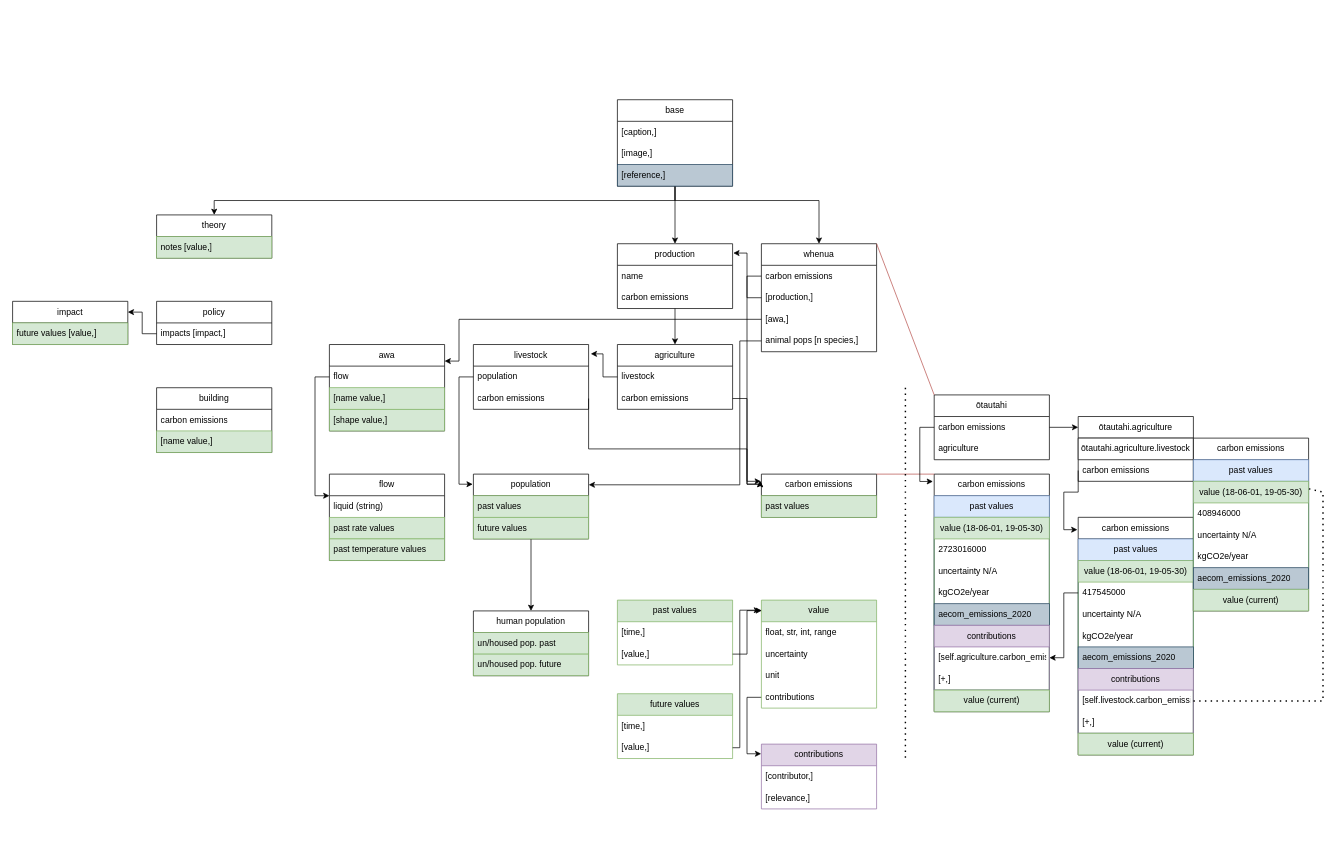
Before: earthhub_diagram (1).drawio in KasparSoltero/earthhub, a draw.io diagram. Source tidied: cells renumbered, new cells numbered last; positions are measured from the earlier drawing's top-left corner, leaving out a move shared by most shapes. Both pictures are drawn from the tidied source at 72%, with x=0, y=0 at pixel (12, 99).
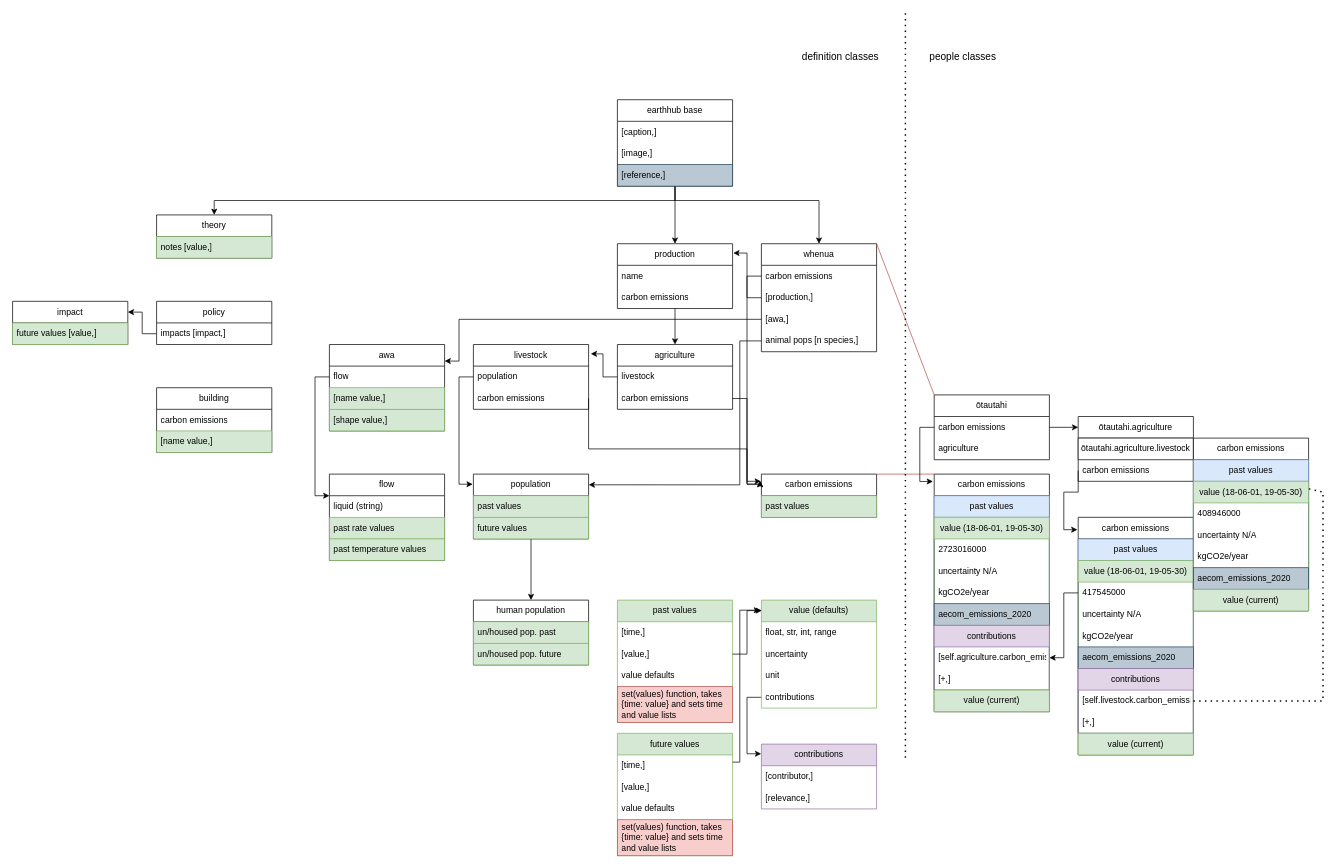
After the change.

Unchanged cells that the change refers to:
```xml
<mxCell id="112" value="[value,]" style="text;strokeColor=none;fillColor=none;align=left;verticalAlign=middle;spacingLeft=4;spacingRight=4;overflow=hidden;points=[[0,0.5],[1,0.5]];portConstraint=eastwest;whiteSpace=wrap;html=1;rounded=0;" parent="110" vertex="1">
  <mxGeometry y="60" width="160" height="30" as="geometry" />
</mxCell>
```

What changed in the source:
```diff
@@
-    <mxCell id="26" value="value" style="swimlane;fontStyle=0;horizontal=1;startSize=30;whiteSpace=wrap;html=1;fillColor=#d5e8d4;strokeColor=#82b366;rounded=0;" parent="1" vertex="1">
+    <mxCell id="26" value="value (defaults)" style="swimlane;fontStyle=0;horizontal=1;startSize=30;whiteSpace=wrap;html=1;fillColor=#d5e8d4;strokeColor=#82b366;rounded=0;" parent="1" vertex="1">
       <mxGeometry x="1040" y="695" width="160" height="150" as="geometry" />
     </mxCell>
@@
     <mxCell id="31" value="past values" style="swimlane;fontStyle=0;horizontal=1;startSize=30;whiteSpace=wrap;html=1;fillColor=#d5e8d4;strokeColor=#82b366;rounded=0;" parent="1" vertex="1">
-      <mxGeometry x="840" y="695" width="160" height="90" as="geometry" />
+      <mxGeometry x="840" y="695" width="160" height="170" as="geometry" />
     </mxCell>
@@
+    <mxCell id="121" value="value defaults" style="text;strokeColor=none;fillColor=none;align=left;verticalAlign=middle;spacingLeft=4;spacingRight=4;overflow=hidden;whiteSpace=wrap;html=1;rounded=0;" parent="31" vertex="1">
+      <mxGeometry y="90" width="160" height="30" as="geometry" />
+    </mxCell>
+    <mxCell id="122" value="set(values) function, takes {time: value} and sets time and value lists" style="text;strokeColor=#b85450;fillColor=#f8cecc;align=left;verticalAlign=middle;spacingLeft=4;spacingRight=4;overflow=hidden;whiteSpace=wrap;html=1;rounded=0;" parent="31" vertex="1">
+      <mxGeometry y="120" width="160" height="50" as="geometry" />
+    </mxCell>
@@
     <mxCell id="68" style="endArrow=none;dashed=1;html=1;dashPattern=1 3;strokeWidth=2;rounded=0;" parent="1" edge="1">
       <mxGeometry relative="1" as="geometry">
-        <mxPoint x="1240" y="400" as="sourcePoint" />
+        <mxPoint x="1240" y="-120" as="sourcePoint" />
         <mxPoint x="1240" y="920" as="targetPoint" />
       </mxGeometry>
     </mxCell>
@@
-    <mxCell id="98" value="base" style="swimlane;fontStyle=0;horizontal=1;startSize=30;whiteSpace=wrap;html=1;" parent="1" vertex="1">
+    <mxCell id="98" value="earthhub base" style="swimlane;fontStyle=0;horizontal=1;startSize=30;whiteSpace=wrap;html=1;" parent="1" vertex="1">
       <mxGeometry x="840" width="160" height="120" as="geometry" />
     </mxCell>
@@
     <mxCell id="110" value="future values" style="swimlane;fontStyle=0;horizontal=1;startSize=30;whiteSpace=wrap;html=1;fillColor=#d5e8d4;strokeColor=#82b366;rounded=0;" parent="1" vertex="1">
-      <mxGeometry x="840" y="825" width="160" height="90" as="geometry" />
+      <mxGeometry x="840" y="880" width="160" height="170" as="geometry" />
     </mxCell>
@@
+    <mxCell id="123" value="value defaults" style="text;strokeColor=none;fillColor=none;align=left;verticalAlign=middle;spacingLeft=4;spacingRight=4;overflow=hidden;whiteSpace=wrap;html=1;rounded=0;" parent="110" vertex="1">
+      <mxGeometry y="90" width="160" height="30" as="geometry" />
+    </mxCell>
+    <mxCell id="124" value="set(values) function, takes {time: value} and sets time and value lists" style="text;strokeColor=#b85450;fillColor=#f8cecc;align=left;verticalAlign=middle;spacingLeft=4;spacingRight=4;overflow=hidden;whiteSpace=wrap;html=1;rounded=0;" parent="110" vertex="1">
+      <mxGeometry y="120" width="160" height="50" as="geometry" />
+    </mxCell>
     <mxCell id="113" value="human population" style="swimlane;fontStyle=0;horizontal=1;startSize=30;whiteSpace=wrap;html=1;" parent="1" vertex="1">
-      <mxGeometry x="640" y="710" width="160" height="90" as="geometry" />
+      <mxGeometry x="640" y="695" width="160" height="90" as="geometry" />
     </mxCell>
@@
-    <mxCell id="117" style="edgeStyle=orthogonalEdgeStyle;rounded=0;jettySize=auto;html=1;entryX=-0.012;entryY=0.093;entryDx=0;entryDy=0;entryPerimeter=0;" parent="1" edge="1" source="112" target="26">
+    <mxCell id="117" style="edgeStyle=orthogonalEdgeStyle;rounded=0;jettySize=auto;html=1;entryX=-0.012;entryY=0.093;entryDx=0;entryDy=0;entryPerimeter=0;" parent="1" edge="1" source="110" target="26">
       <mxGeometry relative="1" as="geometry">
         <Array as="points">
-          <mxPoint x="1010" y="900" />
+          <mxPoint x="1010" y="920" />
           <mxPoint x="1010" y="709" />
         </Array>
       </mxGeometry>
     </mxCell>
@@
+    <mxCell id="125" value="definition classes" style="text;html=1;strokeColor=none;fillColor=none;align=center;verticalAlign=middle;whiteSpace=wrap;rounded=0;fontSize=14;fontStyle=0;" parent="1" vertex="1">
+      <mxGeometry x="1070" y="-80" width="160" height="40" as="geometry" />
+    </mxCell>
+    <mxCell id="126" value="people classes" style="text;html=1;strokeColor=none;fillColor=none;align=center;verticalAlign=middle;whiteSpace=wrap;rounded=0;fontSize=14;fontStyle=0;" parent="1" vertex="1">
+      <mxGeometry x="1240" y="-80" width="160" height="40" as="geometry" />
+    </mxCell>
```
